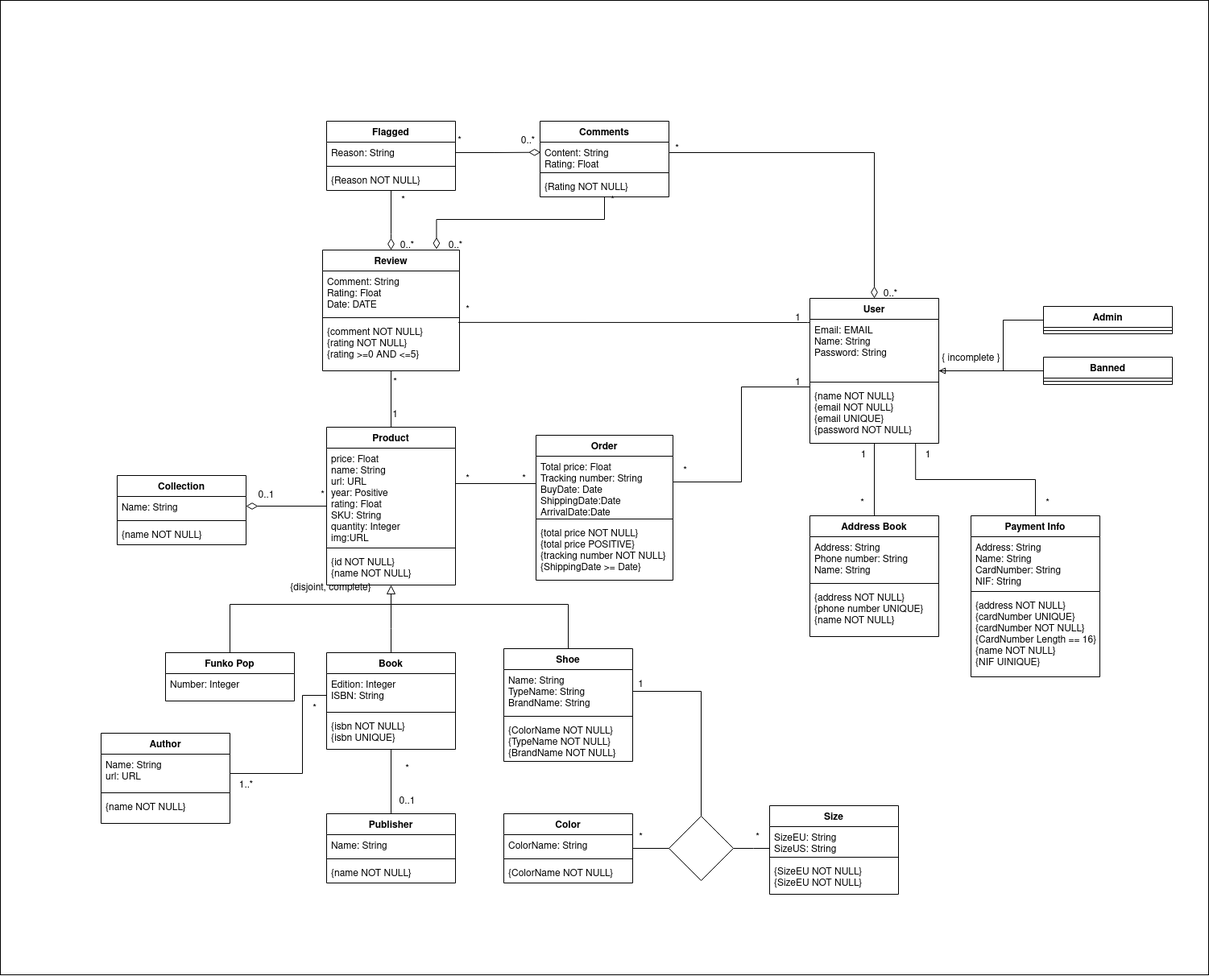
Before: Docs/conceptualDiagram.png, a diagram exported from draw.io (ICWeiner/FEUP-LBAW). Source tidied: cells renumbered, new cells last; positions are measured from the earlier drawing's top-left corner, leaving out a move shared by most shapes.
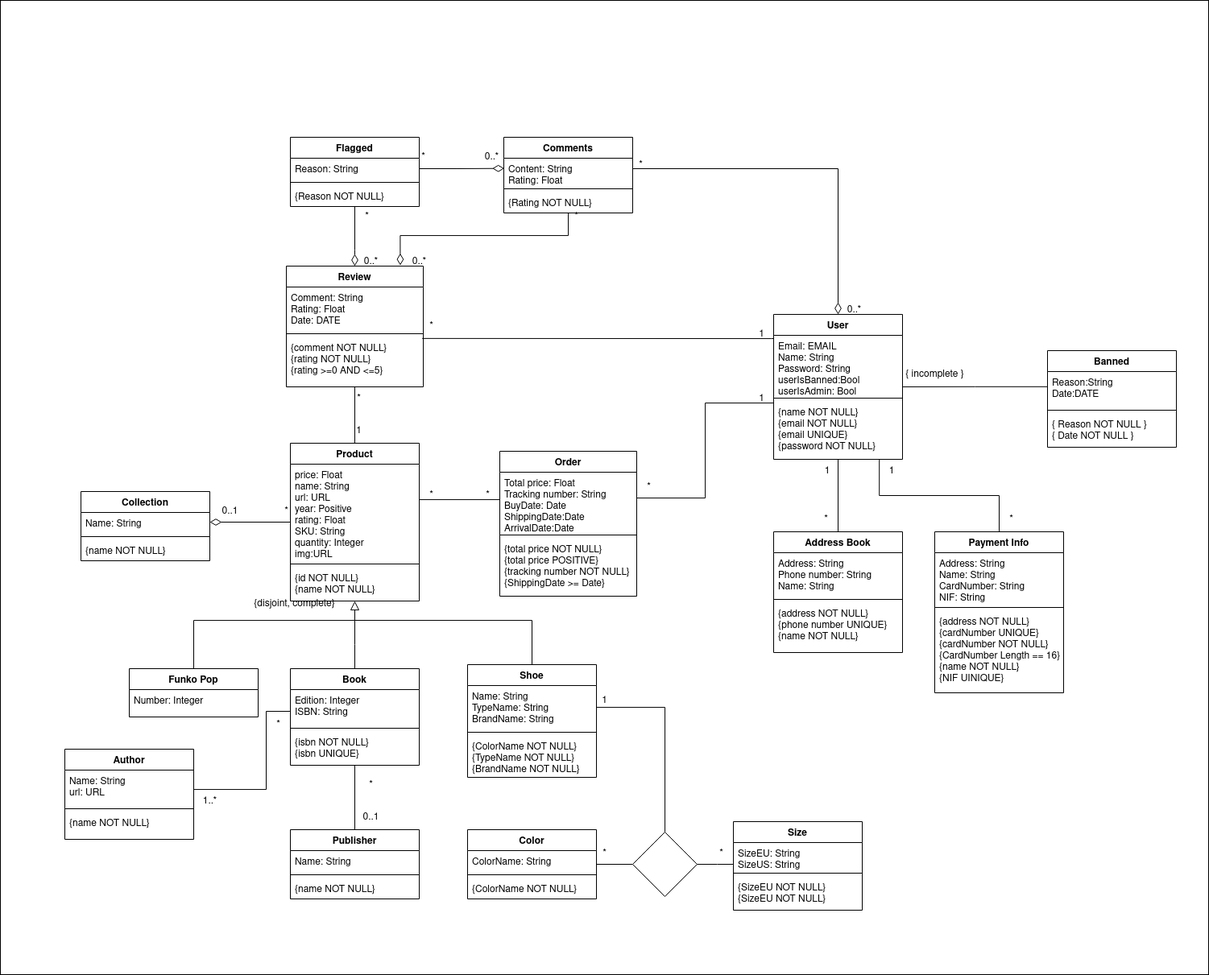
Later version of the same file.

Diff of the diagram source:
```diff
@@ -3,7 +3,7 @@
     <mxCell id="0" />
     <mxCell id="1" parent="0" />
     <mxCell id="2" style="rounded=0;whiteSpace=wrap;html=1;" parent="1" vertex="1">
-      <mxGeometry width="1500" height="1210" as="geometry" />
+      <mxGeometry x="45" y="-20" width="1500" height="1210" as="geometry" />
     </mxCell>
     <mxCell id="3" style="edgeStyle=orthogonalEdgeStyle;rounded=0;jettySize=auto;html=1;endArrow=diamondThin;endFill=0;targetPerimeterSpacing=0;strokeWidth=1;endSize=12;entryX=1;entryY=0.462;entryDx=0;entryDy=0;entryPerimeter=0;" parent="1" edge="1" source="4" target="25">
       <mxGeometry relative="1" as="geometry" />
@@ -141,7 +141,7 @@
     <mxCell id="39" value="User" style="swimlane;fontStyle=1;align=center;verticalAlign=top;horizontal=1;startSize=26;" parent="1" vertex="1">
       <mxGeometry x="1005" y="370" width="160" height="180" as="geometry" />
     </mxCell>
-    <mxCell id="40" value="Email: EMAIL&#10;Name: String&#10;Password: String&#10;" style="text;strokeColor=none;fillColor=none;align=left;verticalAlign=top;spacingLeft=4;spacingRight=4;overflow=hidden;" parent="39" vertex="1">
+    <mxCell id="40" value="Email: EMAIL&#10;Name: String&#10;Password: String&#10;userIsBanned:Bool&#10;userIsAdmin: Bool&#10;" style="text;strokeColor=none;fillColor=none;align=left;verticalAlign=top;spacingLeft=4;spacingRight=4;overflow=hidden;" parent="39" vertex="1">
       <mxGeometry y="26" width="160" height="74" as="geometry" />
     </mxCell>
     <mxCell id="41" style="line;strokeWidth=1;fillColor=none;align=left;verticalAlign=middle;spacingTop=-1;spacingLeft=3;spacingRight=3;labelPosition=right;strokeColor=inherit;" parent="39" vertex="1">
@@ -324,20 +324,6 @@
     <mxCell id="93" value="{SizeEU NOT NULL}&#10;{SizeEU NOT NULL}" style="text;strokeColor=none;fillColor=none;align=left;verticalAlign=top;spacingLeft=4;spacingRight=4;overflow=hidden;" parent="90" vertex="1">
       <mxGeometry y="68" width="160" height="42" as="geometry" />
     </mxCell>
-    <mxCell id="94" style="edgeStyle=orthogonalEdgeStyle;rounded=0;jettySize=auto;html=1;endArrow=block;endFill=0;" parent="1" edge="1" source="95" target="39">
-      <mxGeometry relative="1" as="geometry">
-        <Array as="points">
-          <mxPoint x="1245" y="397" />
-          <mxPoint x="1245" y="460" />
-        </Array>
-      </mxGeometry>
-    </mxCell>
-    <mxCell id="95" value="Admin" style="swimlane;fontStyle=1;align=center;verticalAlign=top;horizontal=1;startSize=26;" parent="1" vertex="1">
-      <mxGeometry x="1295" y="380" width="160" height="34" as="geometry" />
-    </mxCell>
-    <mxCell id="96" style="line;strokeWidth=1;fillColor=none;align=left;verticalAlign=middle;spacingTop=-1;spacingLeft=3;spacingRight=3;labelPosition=right;strokeColor=inherit;" parent="95" vertex="1">
-      <mxGeometry y="26" width="160" height="8" as="geometry" />
-    </mxCell>
     <mxCell id="97" style="edgeStyle=orthogonalEdgeStyle;rounded=0;jettySize=auto;html=1;endArrow=diamondThin;endFill=0;strokeWidth=1;endSize=12;exitX=0.5;exitY=1;exitDx=0;exitDy=0;entryX=0.832;entryY=-0.006;entryDx=0;entryDy=0;entryPerimeter=0;" parent="1" edge="1" source="100" target="61">
       <mxGeometry relative="1" as="geometry" />
     </mxCell>
@@ -406,19 +392,25 @@
     <mxCell id="117" value="&lt;div&gt;*&lt;/div&gt;" style="text;html=1;align=center;verticalAlign=middle;strokeColor=none;fillColor=none;" parent="1" vertex="1">
       <mxGeometry x="565" y="370" width="30" height="30" as="geometry" />
     </mxCell>
-    <mxCell id="118" style="edgeStyle=orthogonalEdgeStyle;rounded=0;jettySize=auto;html=1;endArrow=none;endFill=0;" parent="1" edge="1" source="119">
+    <mxCell id="118" style="edgeStyle=orthogonalEdgeStyle;rounded=0;jettySize=auto;html=1;endArrow=none;endFill=0;exitX=-0.003;exitY=0.428;exitDx=0;exitDy=0;exitPerimeter=0;" parent="1" edge="1" source="122">
       <mxGeometry relative="1" as="geometry">
         <mxPoint x="1165" y="460" as="targetPoint" />
       </mxGeometry>
     </mxCell>
+    <mxCell id="121" value="1" style="text;html=1;align=center;verticalAlign=middle;strokeColor=none;fillColor=none;" parent="1" vertex="1">
+      <mxGeometry x="975" y="460" width="30" height="30" as="geometry" />
+    </mxCell>
     <mxCell id="119" value="Banned" style="swimlane;fontStyle=1;align=center;verticalAlign=top;horizontal=1;startSize=26;" parent="1" vertex="1">
-      <mxGeometry x="1295" y="443" width="160" height="34" as="geometry" />
+      <mxGeometry x="1345" y="415" width="160" height="120" as="geometry" />
     </mxCell>
-    <mxCell id="120" style="line;strokeWidth=1;fillColor=none;align=left;verticalAlign=middle;spacingTop=-1;spacingLeft=3;spacingRight=3;labelPosition=right;strokeColor=inherit;" parent="119" vertex="1">
-      <mxGeometry y="26" width="160" height="8" as="geometry" />
-    </mxCell>
-    <mxCell id="121" value="1" style="text;html=1;align=center;verticalAlign=middle;strokeColor=none;fillColor=none;" parent="1" vertex="1">
-      <mxGeometry x="975" y="460" width="30" height="30" as="geometry" />
-    </mxCell>
+    <mxCell id="122" value="Reason:String&#10;Date:DATE&#10;" style="text;strokeColor=none;fillColor=none;align=left;verticalAlign=top;spacingLeft=4;spacingRight=4;overflow=hidden;points=[[0,0.5],[1,0.5]];portConstraint=eastwest;" parent="119" vertex="1">
+      <mxGeometry y="26" width="160" height="44" as="geometry" />
+    </mxCell>
+    <mxCell id="123" style="line;strokeWidth=1;fillColor=none;align=left;verticalAlign=middle;spacingTop=-1;spacingLeft=3;spacingRight=3;labelPosition=right;strokeColor=inherit;" parent="119" vertex="1">
+      <mxGeometry y="70" width="160" height="8" as="geometry" />
+    </mxCell>
+    <mxCell id="124" value="{ Reason NOT NULL }&#10;{ Date NOT NULL }&#10;" style="text;strokeColor=none;fillColor=none;align=left;verticalAlign=top;spacingLeft=4;spacingRight=4;overflow=hidden;" parent="119" vertex="1">
+      <mxGeometry y="78" width="160" height="42" as="geometry" />
+    </mxCell>
   </root>
 </mxGraphModel>
```
